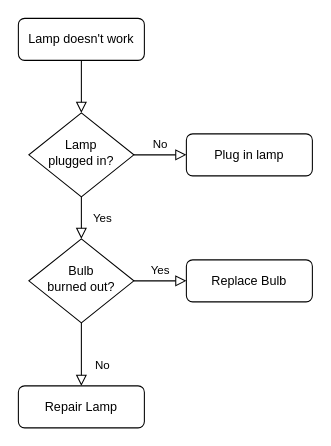
The draw.io diagram dotnet/AlghorithmsExampleProject/Untitled Diagram.drawio in kmaraszkiewicz86/tutorials, before the edit. Source tidied: cells renumbered, new cells numbered last; positions are measured from the earlier drawing's top-left corner, leaving out a move shared by most shapes. Both pictures are drawn from the tidied source at 105%, with x=0, y=0 at pixel (18, 18).
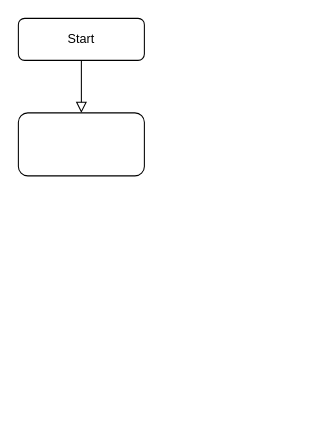
The same diagram, later.

What changed in the source:
```diff
@@
 <mxGraphModel>
   <root>
     <mxCell id="0" />
     <mxCell id="1" parent="0" />
-    <mxCell id="2" style="rounded=0;html=1;jettySize=auto;fontSize=11;endArrow=block;endFill=0;endSize=8;strokeWidth=1;shadow=0;labelBackgroundColor=none;edgeStyle=orthogonalEdgeStyle;" parent="1" edge="1" source="3" target="6">
-      <mxGeometry relative="1" as="geometry" />
+    <mxCell id="2" style="rounded=0;html=1;jettySize=auto;fontSize=11;endArrow=block;endFill=0;endSize=8;strokeWidth=1;shadow=0;labelBackgroundColor=none;edgeStyle=orthogonalEdgeStyle;" parent="1" edge="1" source="3">
+      <mxGeometry relative="1" as="geometry">
+        <mxPoint x="60" y="90" as="targetPoint" />
+      </mxGeometry>
     </mxCell>
-    <mxCell id="3" value="Lamp doesn't work" style="rounded=1;whiteSpace=wrap;html=1;fontSize=12;glass=0;strokeWidth=1;shadow=0;" parent="1" vertex="1">
+    <mxCell id="3" value="Start" style="rounded=1;whiteSpace=wrap;html=1;fontSize=12;glass=0;strokeWidth=1;shadow=0;" parent="1" vertex="1">
       <mxGeometry width="120" height="40" as="geometry" />
     </mxCell>
-    <mxCell id="4" value="Yes" style="rounded=0;html=1;jettySize=auto;fontSize=11;endArrow=block;endFill=0;endSize=8;strokeWidth=1;shadow=0;labelBackgroundColor=none;edgeStyle=orthogonalEdgeStyle;" parent="1" edge="1" source="6" target="10">
-      <mxGeometry y="20" relative="1" as="geometry" />
+    <mxCell id="4" value="Yes" style="rounded=0;html=1;jettySize=auto;orthogonalLoop=1;fontSize=11;endArrow=block;endFill=0;endSize=8;strokeWidth=1;shadow=0;labelBackgroundColor=none;edgeStyle=orthogonalEdgeStyle;" parent="1" edge="1">
+      <mxGeometry y="20" relative="1" as="geometry">
+        <mxPoint x="60" y="170" as="sourcePoint" />
+      </mxGeometry>
     </mxCell>
-    <mxCell id="5" value="No" style="edgeStyle=orthogonalEdgeStyle;rounded=0;html=1;jettySize=auto;fontSize=11;endArrow=block;endFill=0;endSize=8;strokeWidth=1;shadow=0;labelBackgroundColor=none;" parent="1" edge="1" source="6" target="7">
-      <mxGeometry y="10" relative="1" as="geometry" />
+    <mxCell id="5" value="No" style="edgeStyle=orthogonalEdgeStyle;rounded=0;html=1;jettySize=auto;orthogonalLoop=1;fontSize=11;endArrow=block;endFill=0;endSize=8;strokeWidth=1;shadow=0;labelBackgroundColor=none;" parent="1" edge="1">
+      <mxGeometry y="10" relative="1" as="geometry">
+        <mxPoint x="110" y="130" as="sourcePoint" />
+      </mxGeometry>
     </mxCell>
-    <mxCell id="6" value="Lamp&lt;br&gt;plugged in?" style="rhombus;whiteSpace=wrap;html=1;shadow=0;fontFamily=Helvetica;fontSize=12;align=center;strokeWidth=1;spacing=6;spacingTop=-4;" parent="1" vertex="1">
-      <mxGeometry x="10" y="90" width="100" height="80" as="geometry" />
-    </mxCell>
-    <mxCell id="7" value="Plug in lamp" style="rounded=1;whiteSpace=wrap;html=1;fontSize=12;glass=0;strokeWidth=1;shadow=0;" parent="1" vertex="1">
-      <mxGeometry x="160" y="110" width="120" height="40" as="geometry" />
-    </mxCell>
-    <mxCell id="8" value="No" style="rounded=0;html=1;jettySize=auto;fontSize=11;endArrow=block;endFill=0;endSize=8;strokeWidth=1;shadow=0;labelBackgroundColor=none;edgeStyle=orthogonalEdgeStyle;" parent="1" edge="1" source="10" target="11">
-      <mxGeometry x="0.33" y="20" relative="1" as="geometry" />
+    <mxCell id="8" value="No" style="rounded=0;html=1;jettySize=auto;orthogonalLoop=1;fontSize=11;endArrow=block;endFill=0;endSize=8;strokeWidth=1;shadow=0;labelBackgroundColor=none;edgeStyle=orthogonalEdgeStyle;" parent="1" edge="1">
+      <mxGeometry x="0.33" y="20" relative="1" as="geometry">
+        <mxPoint x="60" y="290" as="sourcePoint" />
+      </mxGeometry>
     </mxCell>
-    <mxCell id="9" value="Yes" style="edgeStyle=orthogonalEdgeStyle;rounded=0;html=1;jettySize=auto;fontSize=11;endArrow=block;endFill=0;endSize=8;strokeWidth=1;shadow=0;labelBackgroundColor=none;" parent="1" edge="1" source="10" target="12">
-      <mxGeometry y="10" relative="1" as="geometry" />
+    <mxCell id="9" value="Yes" style="edgeStyle=orthogonalEdgeStyle;rounded=0;html=1;jettySize=auto;orthogonalLoop=1;fontSize=11;endArrow=block;endFill=0;endSize=8;strokeWidth=1;shadow=0;labelBackgroundColor=none;" parent="1" edge="1">
+      <mxGeometry y="10" relative="1" as="geometry">
+        <mxPoint x="160" y="250" as="targetPoint" />
+      </mxGeometry>
     </mxCell>
-    <mxCell id="10" value="Bulb&lt;br&gt;burned out?" style="rhombus;whiteSpace=wrap;html=1;shadow=0;fontFamily=Helvetica;fontSize=12;align=center;strokeWidth=1;spacing=6;spacingTop=-4;" parent="1" vertex="1">
-      <mxGeometry x="10" y="210" width="100" height="80" as="geometry" />
-    </mxCell>
-    <mxCell id="11" value="Repair Lamp" style="rounded=1;whiteSpace=wrap;html=1;fontSize=12;glass=0;strokeWidth=1;shadow=0;" parent="1" vertex="1">
-      <mxGeometry y="350" width="120" height="40" as="geometry" />
-    </mxCell>
-    <mxCell id="12" value="Replace Bulb" style="rounded=1;whiteSpace=wrap;html=1;fontSize=12;glass=0;strokeWidth=1;shadow=0;" parent="1" vertex="1">
-      <mxGeometry x="160" y="230" width="120" height="40" as="geometry" />
-    </mxCell>
+    <mxCell id="13" style="rounded=1;whiteSpace=wrap;html=1;" parent="1" vertex="1">
+      <mxGeometry y="90" width="120" height="60" as="geometry" />
+    </mxCell>
   </root>
 </mxGraphModel>
```
